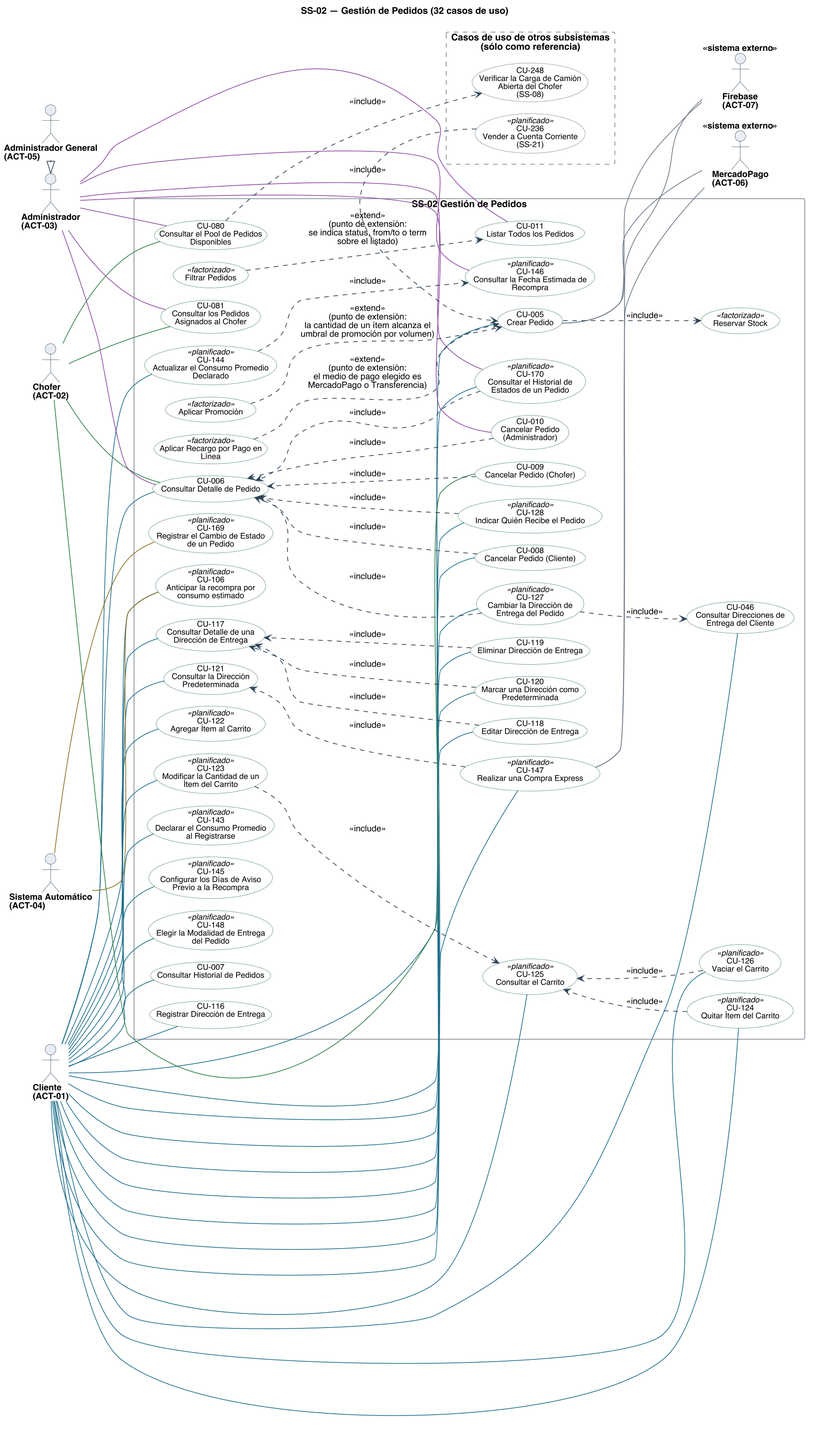
Before: diagramas/uml/CU_SS-02_Gestion-De-Pedidos.png, a diagram exported from PlantUML (Nahuelito-Dev/splg-docs).
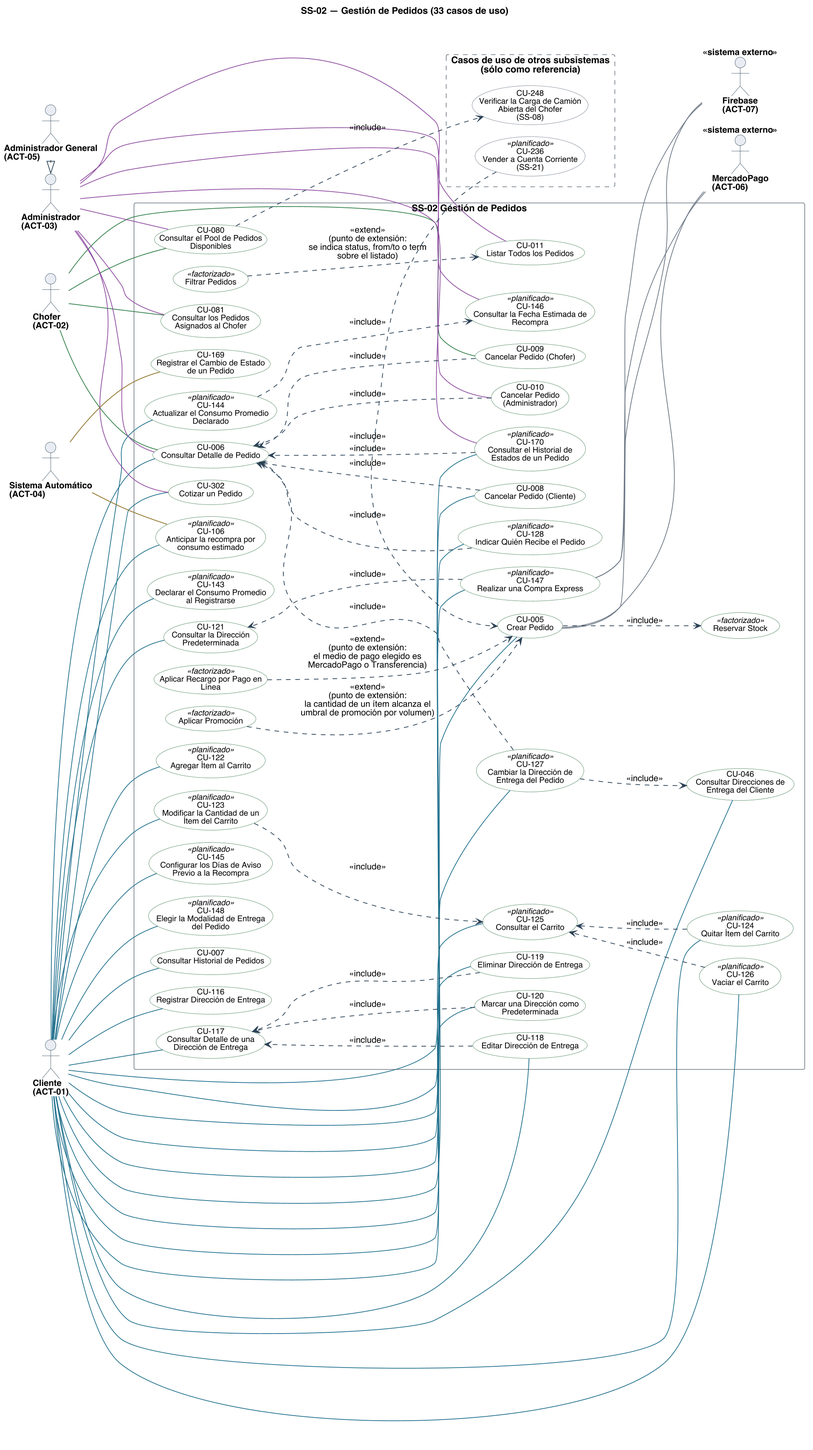
After the commit.

What changed in the source:
```diff
@@ -1,5 +1,5 @@
 @startuml
-title SS-02 — Gestión de Pedidos (32 casos de uso)
+title SS-02 — Gestión de Pedidos (33 casos de uso)
 left to right direction
 skinparam backgroundColor #FFFFFF
 skinparam shadowing false
@@ -73,8 +73,9 @@
   usecase "CU-146\nConsultar la Fecha Estimada de\nRecompra" as U146 <<planificado>> #back:FFFFFF;line:3F7A50
   usecase "CU-147\nRealizar una Compra Express" as U147 <<planificado>> #back:FFFFFF;line:3F7A50
   usecase "CU-148\nElegir la Modalidad de Entrega\ndel Pedido" as U148 <<planificado>> #back:FFFFFF;line:3F7A50
-  usecase "CU-169\nRegistrar el Cambio de Estado\nde un Pedido" as U169 <<planificado>> #back:FFFFFF;line:3F7A50
+  usecase "CU-169\nRegistrar el Cambio de Estado\nde un Pedido" as U169 #back:FFFFFF;line:3F7A50
   usecase "CU-170\nConsultar el Historial de\nEstados de un Pedido" as U170 <<planificado>> #back:FFFFFF;line:3F7A50
+  usecase "CU-302\nCotizar un Pedido" as U302 #back:FFFFFF;line:3F7A50
   usecase "Filtrar Pedidos" as F_FILTRO <<factorizado>> #back:FFFFFF;line:3F7A50
   usecase "Aplicar Promoción" as F_PROMO <<factorizado>> #back:FFFFFF;line:3F7A50
   usecase "Aplicar Recargo por Pago en\nLínea" as F_RECAR <<factorizado>> #back:FFFFFF;line:3F7A50
@@ -111,6 +112,7 @@
 A01 -[#1F6F8B]- U147
 A01 -[#1F6F8B]- U148
 A01 -[#1F6F8B]- U170
+A01 -[#1F6F8B]- U302
 A02 -[#2E7D46]- U006
 A02 -[#2E7D46]- U009
 A02 -[#2E7D46]- U080
@@ -122,6 +124,7 @@
 A03 -[#8C4A9E]- U081
 A03 -[#8C4A9E]- U146
 A03 -[#8C4A9E]- U170
+A03 -[#8C4A9E]- U302
 A04 -[#8A6D1F]- U106
 A04 -[#8A6D1F]- U169
 U005 -[#6B7683]- A06
```
